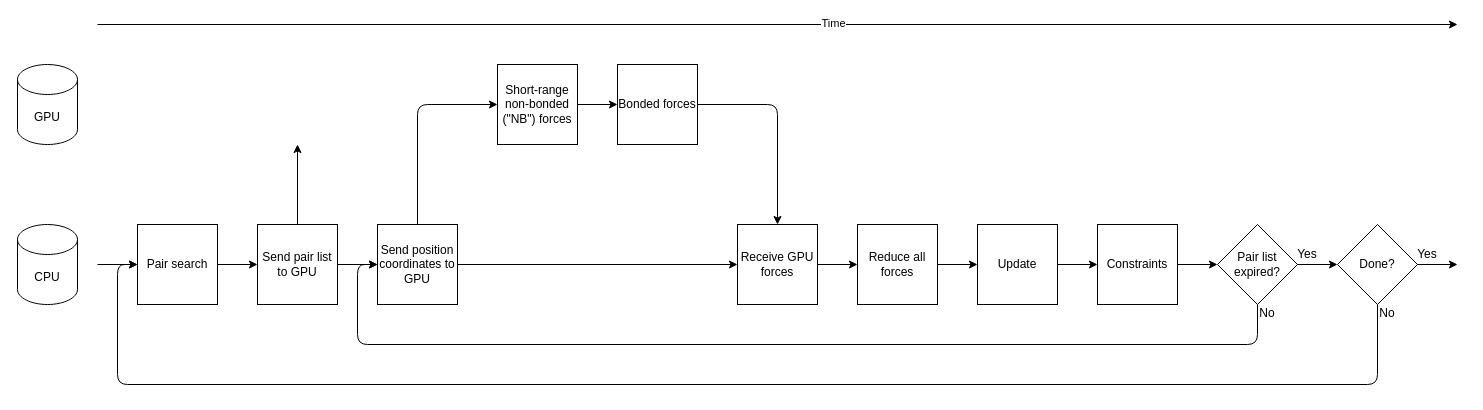
ENCCS/gromacs-gpu-performance keeps this draw.io diagram as content/diagrams/molecular-dynamics-workflow-short-range-gpu-bonded-gpu.drawio. Above is the earlier version. Source tidied: cells renumbered, new cells numbered last; positions are measured from the earlier drawing's top-left corner, leaving out a move shared by most shapes. Both pictures are drawn from the tidied source at 100%, with x=0, y=0 at pixel (17, 24).
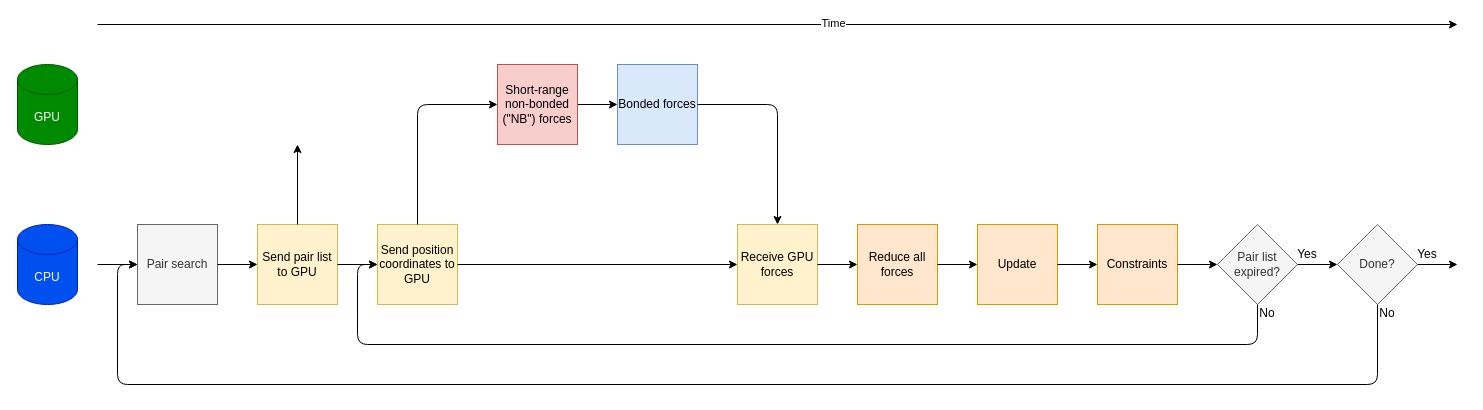
After the change.

What changed in the source:
```diff
@@
-    <mxCell id="4" value="Update" style="whiteSpace=wrap;html=1;" parent="1" vertex="1">
+    <mxCell id="4" value="Update" style="whiteSpace=wrap;html=1;fillColor=#ffe6cc;strokeColor=#d79b00;" parent="1" vertex="1">
       <mxGeometry x="960" y="200" width="80" height="80" as="geometry" />
     </mxCell>
-    <mxCell id="5" value="Constraints" style="whiteSpace=wrap;html=1;" parent="1" vertex="1">
+    <mxCell id="5" value="Constraints" style="whiteSpace=wrap;html=1;fillColor=#ffe6cc;strokeColor=#d79b00;" parent="1" vertex="1">
       <mxGeometry x="1080" y="200" width="80" height="80" as="geometry" />
     </mxCell>
@@
-    <mxCell id="8" value="Pair list expired?" style="rhombus;whiteSpace=wrap;html=1;" parent="1" vertex="1">
+    <mxCell id="8" value="Pair list expired?" style="rhombus;whiteSpace=wrap;html=1;fillColor=#f5f5f5;strokeColor=#666666;fontColor=#333333;" parent="1" vertex="1">
       <mxGeometry x="1200" y="200" width="80" height="80" as="geometry" />
     </mxCell>
@@
-    <mxCell id="13" value="Pair search" style="whiteSpace=wrap;html=1;" parent="1" vertex="1">
+    <mxCell id="13" value="Pair search" style="whiteSpace=wrap;html=1;fillColor=#f5f5f5;strokeColor=#666666;fontColor=#333333;" parent="1" vertex="1">
       <mxGeometry x="120" y="200" width="80" height="80" as="geometry" />
     </mxCell>
-    <mxCell id="14" value="Send pair list to GPU" style="whiteSpace=wrap;html=1;" parent="1" vertex="1">
+    <mxCell id="14" value="Send pair list to GPU" style="whiteSpace=wrap;html=1;fillColor=#fff2cc;strokeColor=#d6b656;" parent="1" vertex="1">
       <mxGeometry x="240" y="200" width="80" height="80" as="geometry" />
     </mxCell>
-    <mxCell id="15" value="Done?" style="rhombus;whiteSpace=wrap;html=1;" parent="1" vertex="1">
+    <mxCell id="15" value="Done?" style="rhombus;whiteSpace=wrap;html=1;fillColor=#f5f5f5;strokeColor=#666666;fontColor=#333333;" parent="1" vertex="1">
       <mxGeometry x="1320" y="200" width="80" height="80" as="geometry" />
     </mxCell>
@@
-    <mxCell id="21" value="CPU" style="shape=cylinder3;whiteSpace=wrap;html=1;boundedLbl=1;backgroundOutline=1;size=15;" parent="1" vertex="1">
+    <mxCell id="21" value="CPU" style="shape=cylinder3;whiteSpace=wrap;html=1;boundedLbl=1;backgroundOutline=1;size=15;fillColor=#0050ef;strokeColor=#001DBC;fontColor=#ffffff;" parent="1" vertex="1">
       <mxGeometry y="200" width="60" height="80" as="geometry" />
     </mxCell>
-    <mxCell id="22" value="GPU" style="shape=cylinder3;whiteSpace=wrap;html=1;boundedLbl=1;backgroundOutline=1;size=15;" parent="1" vertex="1">
+    <mxCell id="22" value="GPU" style="shape=cylinder3;whiteSpace=wrap;html=1;boundedLbl=1;backgroundOutline=1;size=15;fillColor=#008a00;strokeColor=#005700;fontColor=#ffffff;" parent="1" vertex="1">
       <mxGeometry y="40" width="60" height="80" as="geometry" />
     </mxCell>
@@
-    <mxCell id="25" value="Bonded forces" style="whiteSpace=wrap;html=1;" parent="1" vertex="1">
+    <mxCell id="25" value="Bonded forces" style="whiteSpace=wrap;html=1;fillColor=#dae8fc;strokeColor=#6c8ebf;" parent="1" vertex="1">
       <mxGeometry x="600" y="40" width="80" height="80" as="geometry" />
     </mxCell>
-    <mxCell id="26" value="Send position coordinates to GPU" style="whiteSpace=wrap;html=1;" parent="1" vertex="1">
+    <mxCell id="26" value="Send position coordinates to GPU" style="whiteSpace=wrap;html=1;fillColor=#fff2cc;strokeColor=#d6b656;" parent="1" vertex="1">
       <mxGeometry x="360" y="200" width="80" height="80" as="geometry" />
     </mxCell>
@@
-    <mxCell id="30" value="Receive GPU forces" style="whiteSpace=wrap;html=1;" parent="1" vertex="1">
+    <mxCell id="30" value="Receive GPU forces" style="whiteSpace=wrap;html=1;fillColor=#fff2cc;strokeColor=#d6b656;" parent="1" vertex="1">
       <mxGeometry x="720" y="200" width="80" height="80" as="geometry" />
     </mxCell>
-    <mxCell id="31" value="Reduce all forces" style="whiteSpace=wrap;html=1;" parent="1" vertex="1">
+    <mxCell id="31" value="Reduce all forces" style="whiteSpace=wrap;html=1;fillColor=#ffe6cc;strokeColor=#d79b00;" parent="1" vertex="1">
       <mxGeometry x="840" y="200" width="80" height="80" as="geometry" />
     </mxCell>
@@
-    <mxCell id="35" value="&lt;span&gt;Short-range&lt;/span&gt;&lt;br&gt;&lt;span&gt;non-bonded (&quot;NB&quot;) forces&lt;/span&gt;" style="rounded=0;whiteSpace=wrap;html=1;" parent="1" vertex="1">
+    <mxCell id="35" value="&lt;span&gt;Short-range&lt;/span&gt;&lt;br&gt;&lt;span&gt;non-bonded (&quot;NB&quot;) forces&lt;/span&gt;" style="rounded=0;whiteSpace=wrap;html=1;fillColor=#f8cecc;strokeColor=#b85450;" parent="1" vertex="1">
       <mxGeometry x="480" y="40" width="80" height="80" as="geometry" />
     </mxCell>
```
